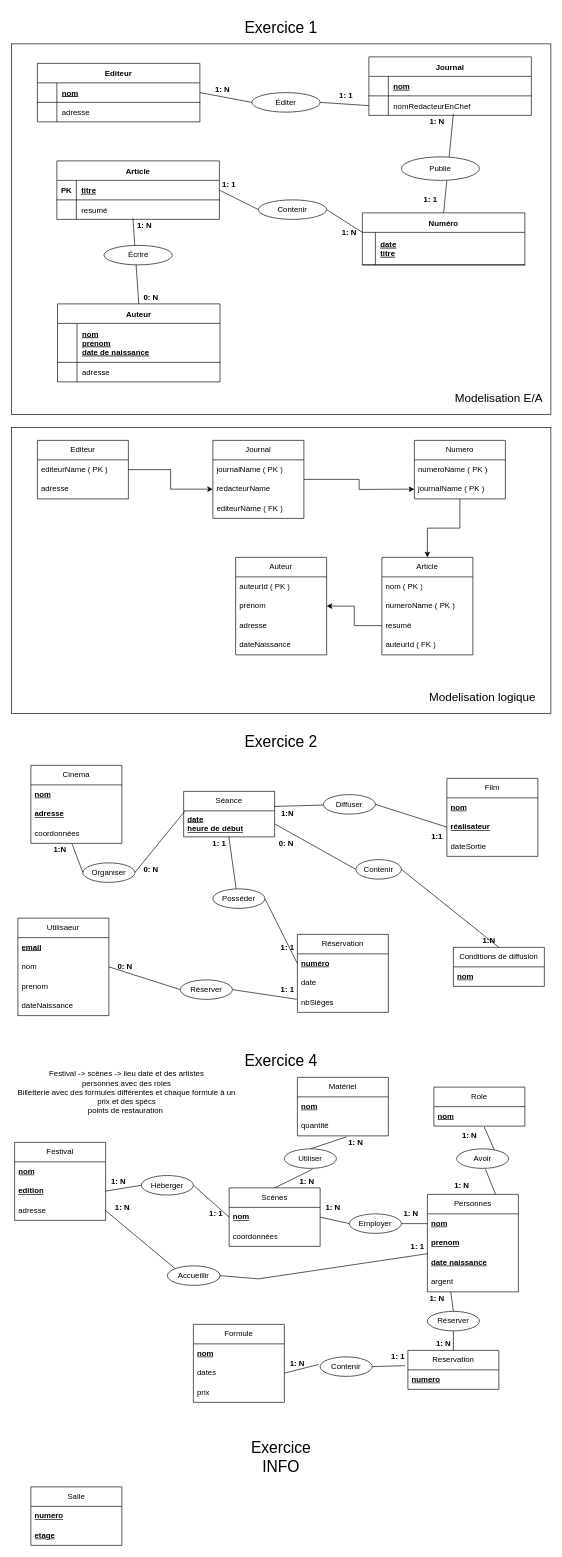
Above: TP-1-Modelisation/exercice-1.drawio in florian-alb/administration-bdd-2025 (draw.io), before the change. Source tidied: cells renumbered, new cells numbered last; positions are measured from the earlier drawing's top-left corner, leaving out a move shared by most shapes. Both pictures are drawn from the tidied source at 65%, with x=0, y=0 at pixel (11, 11).
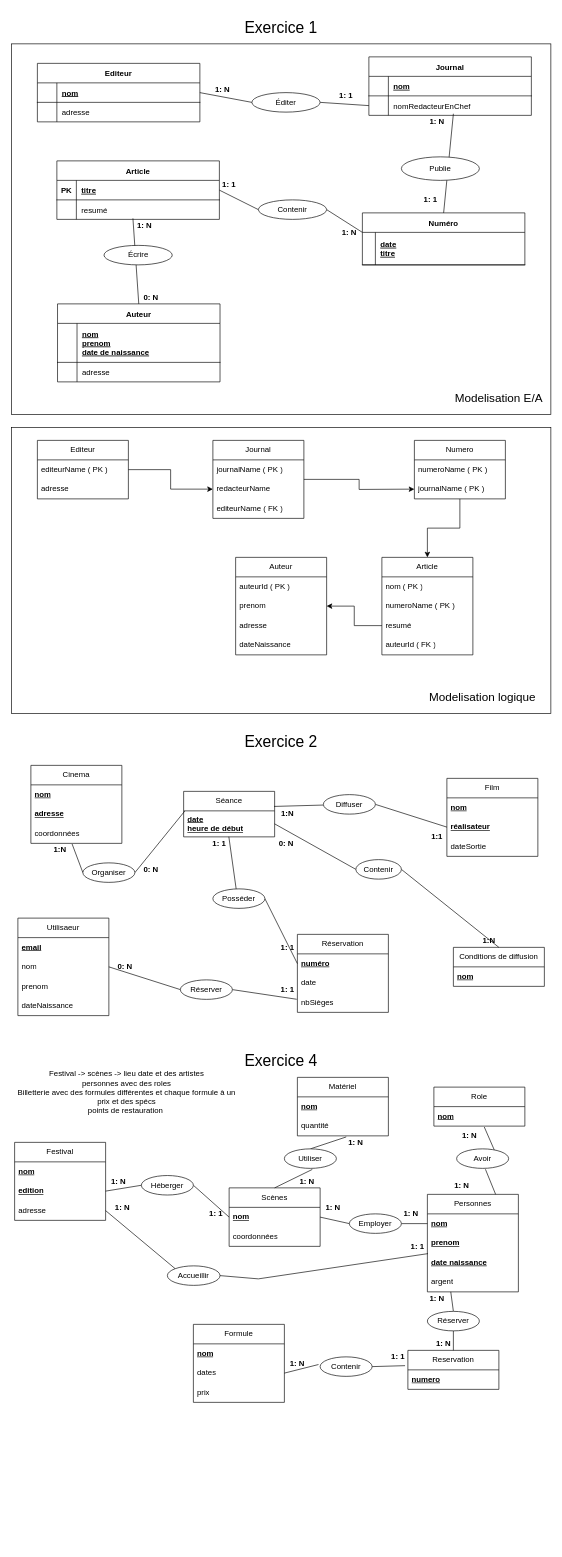
After the change.

Commit message:
Mettre à jour exercice-1.drawio

Change to the diagram source:
```diff
@@
-    <mxCell id="189" value="&lt;font style=&quot;font-size: 24px;&quot;&gt;Exercice INFO&lt;/font&gt;" style="text;html=1;align=center;verticalAlign=middle;whiteSpace=wrap;rounded=0;" parent="1" vertex="1">
-      <mxGeometry x="345" y="2200" width="140" height="50" as="geometry" />
-    </mxCell>
-    <mxCell id="190" value="Salle" style="swimlane;fontStyle=0;horizontal=1;startSize=30;whiteSpace=wrap;html=1;" parent="1" vertex="1">
-      <mxGeometry x="30" y="2270" width="140" height="90" as="geometry" />
-    </mxCell>
-    <mxCell id="191" value="&lt;b&gt;&lt;u&gt;numero&lt;/u&gt;&lt;/b&gt;" style="text;strokeColor=none;fillColor=none;align=left;verticalAlign=middle;spacingLeft=4;spacingRight=4;overflow=hidden;whiteSpace=wrap;html=1;" parent="190" vertex="1">
-      <mxGeometry y="30" width="140" height="30" as="geometry" />
-    </mxCell>
-    <mxCell id="192" value="&lt;b&gt;&lt;u&gt;etage&lt;/u&gt;&lt;/b&gt;" style="text;strokeColor=none;fillColor=none;align=left;verticalAlign=middle;spacingLeft=4;spacingRight=4;overflow=hidden;whiteSpace=wrap;html=1;" parent="190" vertex="1">
-      <mxGeometry y="60" width="140" height="30" as="geometry" />
-    </mxCell>
```
